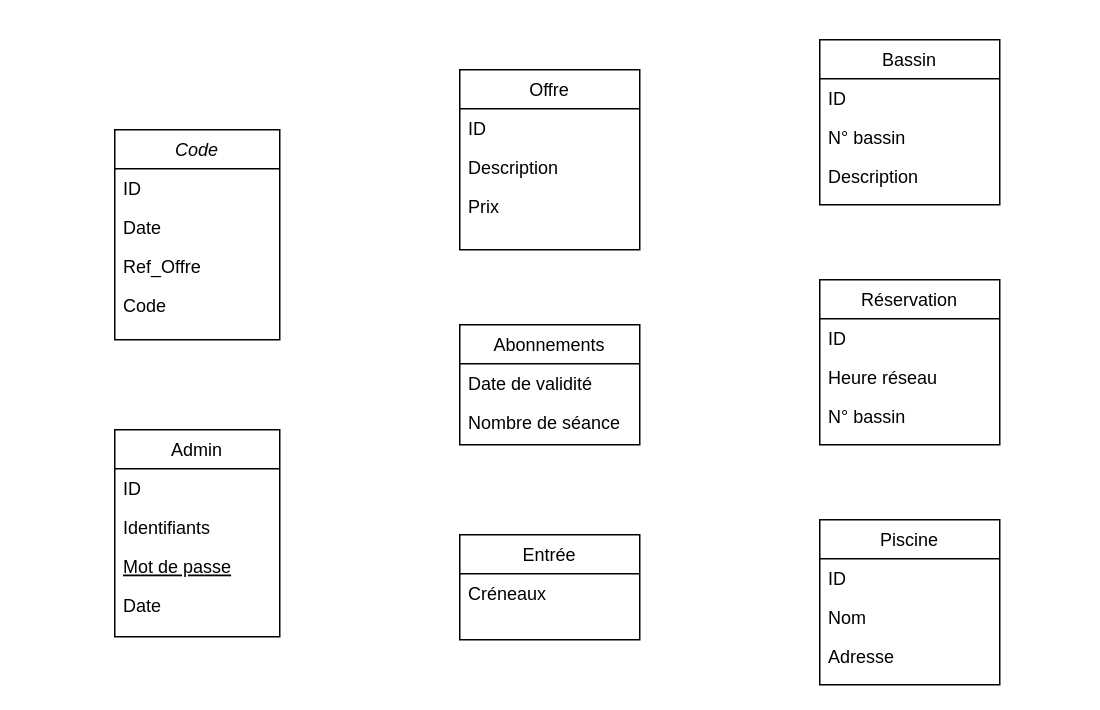
This is Diagramme sans nom.drawio from Chic0s/PiscineRennes, a draw.io file, before an edit. Source tidied: cells renumbered, new cells numbered last; positions are measured from the earlier drawing's top-left corner, leaving out a move shared by most shapes. Both pictures are drawn from the tidied source at 150%, with x=0, y=0 at pixel (114, 39).
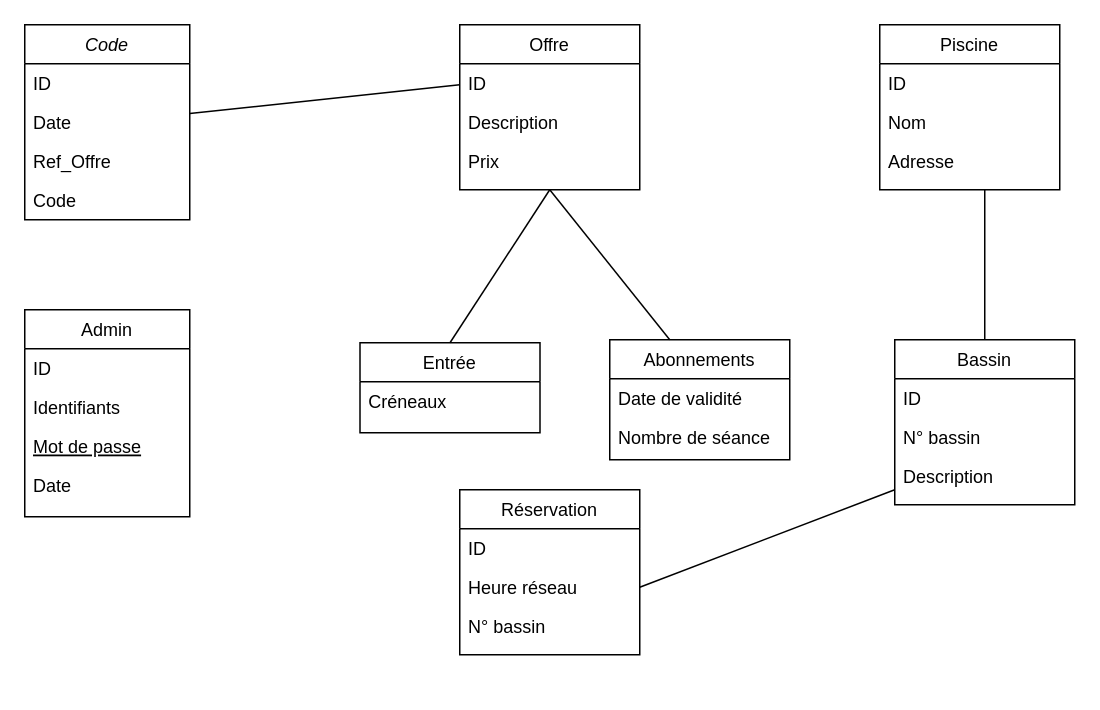
The same page after the edit.

Unchanged cells that the change refers to:
```xml
<mxCell id="4" value="Date" style="text;align=left;verticalAlign=top;spacingLeft=4;spacingRight=4;overflow=hidden;points=[[0,0.5],[1,0.5]];portConstraint=eastwest;rounded=0;shadow=0;html=0;" parent="2" vertex="1">
  <mxGeometry y="52" width="110" height="26" as="geometry" />
</mxCell>
<mxCell id="27" value="Heure réseau" style="text;align=left;verticalAlign=top;spacingLeft=4;spacingRight=4;overflow=hidden;points=[[0,0.5],[1,0.5]];portConstraint=eastwest;rounded=0;shadow=0;html=0;" parent="25" vertex="1">
  <mxGeometry y="52" width="120" height="26" as="geometry" />
</mxCell>
```

Diff of the diagram source:
```diff
@@
     <mxCell id="2" value="Code" style="swimlane;fontStyle=2;align=center;verticalAlign=top;horizontal=1;startSize=26;rounded=0;shadow=0;strokeWidth=1;" parent="1" vertex="1">
-      <mxGeometry y="60" width="110" height="140" as="geometry" />
+      <mxGeometry x="-60" y="-10" width="110" height="130" as="geometry" />
     </mxCell>
@@
     <mxCell id="7" value="Admin" style="swimlane;fontStyle=0;align=center;verticalAlign=top;horizontal=1;startSize=26;rounded=0;shadow=0;strokeWidth=1;" parent="1" vertex="1">
-      <mxGeometry y="260" width="110" height="138" as="geometry" />
+      <mxGeometry x="-60" y="180" width="110" height="138" as="geometry" />
     </mxCell>
@@
     <mxCell id="12" value="Abonnements" style="swimlane;fontStyle=0;align=center;verticalAlign=top;horizontal=1;startSize=26;rounded=0;shadow=0;strokeWidth=1;" parent="1" vertex="1">
-      <mxGeometry x="230" y="190" width="120" height="80" as="geometry" />
+      <mxGeometry x="330" y="200" width="120" height="80" as="geometry" />
     </mxCell>
@@
     <mxCell id="15" value="Offre" style="swimlane;fontStyle=0;align=center;verticalAlign=top;horizontal=1;startSize=26;rounded=0;shadow=0;strokeWidth=1;" parent="1" vertex="1">
-      <mxGeometry x="230" y="20" width="120" height="120" as="geometry" />
+      <mxGeometry x="230" y="-10" width="120" height="110" as="geometry" />
     </mxCell>
@@
     <mxCell id="19" value="Entrée" style="swimlane;fontStyle=0;align=center;verticalAlign=top;horizontal=1;startSize=26;rounded=0;shadow=0;strokeWidth=1;" parent="1" vertex="1">
-      <mxGeometry x="230" y="330" width="120" height="70" as="geometry" />
+      <mxGeometry x="163.5" y="202" width="120" height="60" as="geometry" />
     </mxCell>
@@
     <mxCell id="21" value="Bassin" style="swimlane;fontStyle=0;align=center;verticalAlign=top;horizontal=1;startSize=26;rounded=0;shadow=0;strokeWidth=1;" parent="1" vertex="1">
-      <mxGeometry x="470" width="120" height="110" as="geometry" />
+      <mxGeometry x="520" y="200" width="120" height="110" as="geometry" />
     </mxCell>
@@
     <mxCell id="25" value="Réservation" style="swimlane;fontStyle=0;align=center;verticalAlign=top;horizontal=1;startSize=26;rounded=0;shadow=0;strokeWidth=1;" parent="1" vertex="1">
-      <mxGeometry x="470" y="160" width="120" height="110" as="geometry" />
+      <mxGeometry x="230" y="300" width="120" height="110" as="geometry" />
     </mxCell>
@@
     <mxCell id="29" value="Piscine" style="swimlane;fontStyle=0;align=center;verticalAlign=top;horizontal=1;startSize=26;rounded=0;shadow=0;strokeWidth=1;" parent="1" vertex="1">
-      <mxGeometry x="470" y="320" width="120" height="110" as="geometry" />
+      <mxGeometry x="510" y="-10" width="120" height="110" as="geometry" />
     </mxCell>
@@
+    <mxCell id="33" style="endArrow=none;html=1;rounded=0;exitX=0.5;exitY=1;exitDx=0;exitDy=0;" parent="1" edge="1" source="15">
+      <mxGeometry relative="1" as="geometry">
+        <mxPoint x="370" y="200" as="targetPoint" />
+      </mxGeometry>
+    </mxCell>
+    <mxCell id="34" style="endArrow=none;html=1;rounded=0;exitX=0.5;exitY=0;exitDx=0;exitDy=0;entryX=0.5;entryY=1;entryDx=0;entryDy=0;" parent="1" edge="1" source="19" target="15">
+      <mxGeometry relative="1" as="geometry" />
+    </mxCell>
+    <mxCell id="35" style="endArrow=none;html=1;rounded=0;" parent="1" edge="1" source="21">
+      <mxGeometry relative="1" as="geometry">
+        <mxPoint x="580" y="100" as="targetPoint" />
+      </mxGeometry>
+    </mxCell>
+    <mxCell id="36" style="endArrow=none;html=1;rounded=0;exitX=1;exitY=0.5;exitDx=0;exitDy=0;" parent="1" edge="1" source="27">
+      <mxGeometry relative="1" as="geometry">
+        <mxPoint x="520" y="300" as="targetPoint" />
+      </mxGeometry>
+    </mxCell>
+    <mxCell id="37" style="endArrow=none;html=1;rounded=0;" parent="1" edge="1" source="4">
+      <mxGeometry relative="1" as="geometry">
+        <mxPoint x="230" y="30" as="targetPoint" />
+      </mxGeometry>
+    </mxCell>
```
